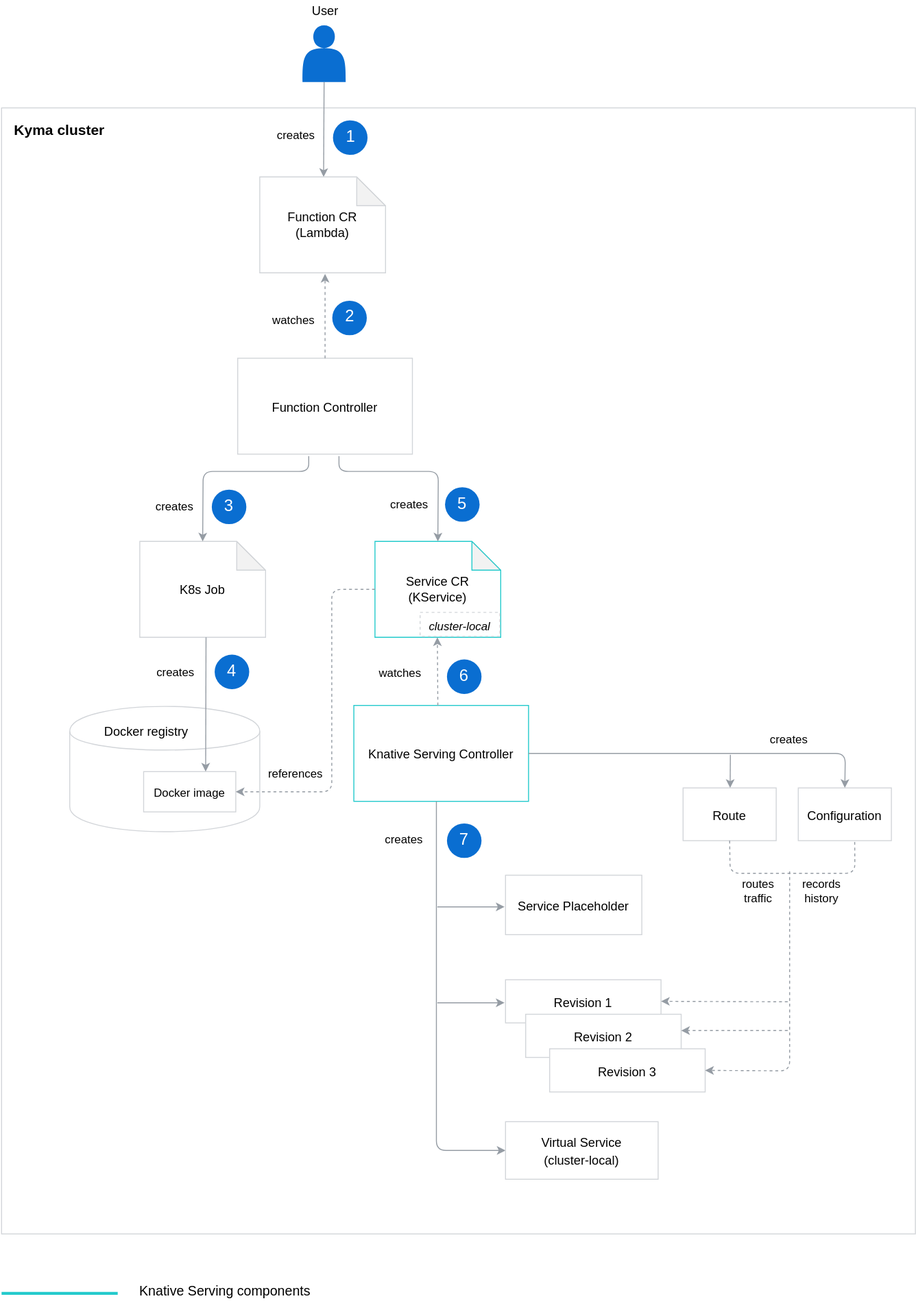
This is docs/serverless-v2/assets/serverless-architecture.svg from kyma-project/kyma, a draw.io export, as it was before one commit. Source tidied: cells renumbered, new cells last; positions are measured from the earlier drawing's top-left corner, leaving out a move shared by most shapes.
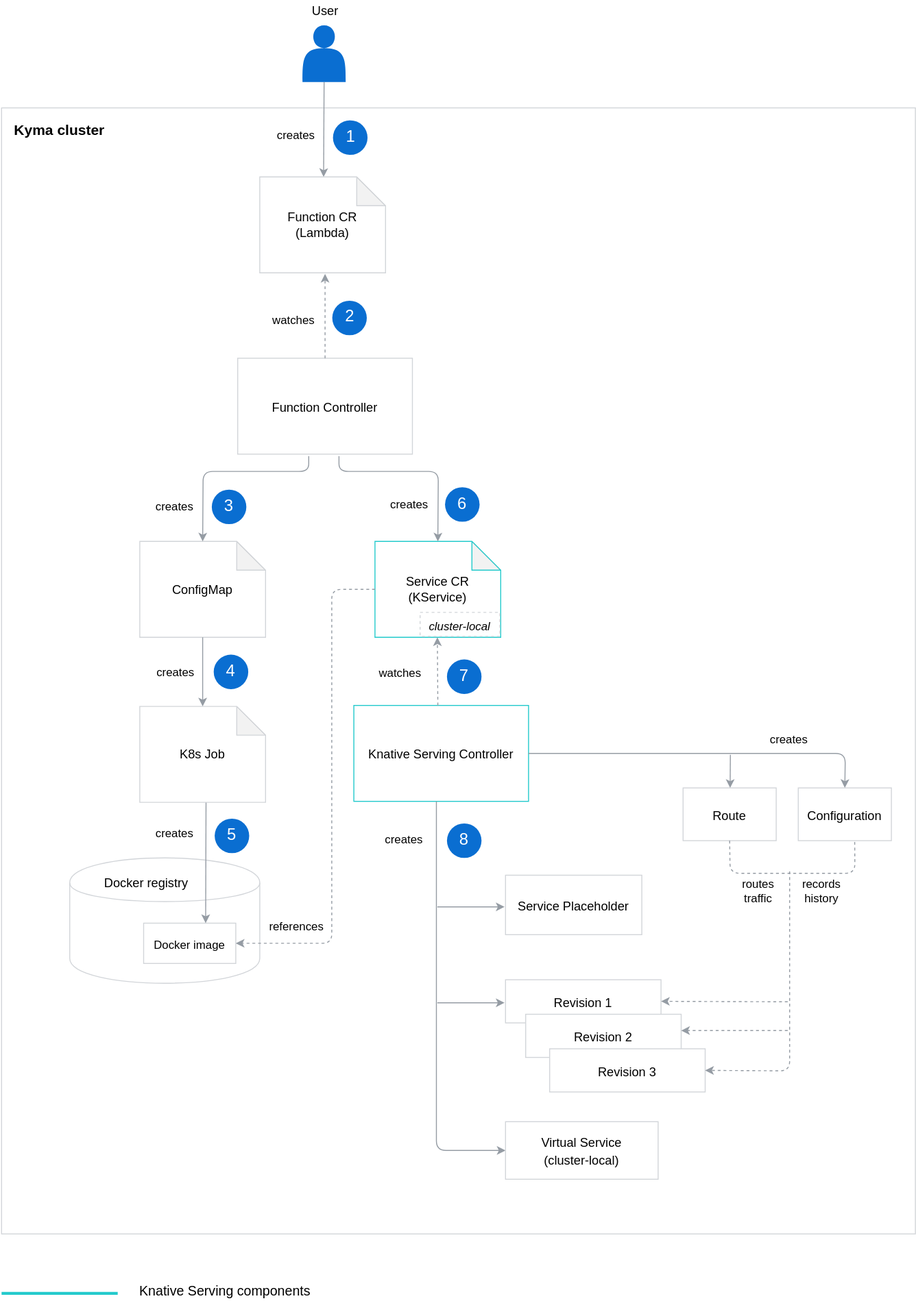
After the commit.

Diff of the diagram source:
```diff
@@ -36,7 +36,7 @@
     <mxCell id="11" value="watches" style="text;html=1;strokeColor=none;fillColor=none;align=center;verticalAlign=middle;whiteSpace=wrap;rounded=0;" parent="1" vertex="1">
       <mxGeometry x="275" y="323" width="58.5" height="22" as="geometry" />
     </mxCell>
-    <mxCell id="12" value="&lt;font style=&quot;font-size: 13px&quot;&gt;K8s Job&lt;/font&gt;" style="shape=note;whiteSpace=wrap;html=1;backgroundOutline=1;darkOpacity=0.05;strokeColor=#D2D5D9;" parent="1" vertex="1">
+    <mxCell id="12" value="&lt;font style=&quot;font-size: 13px&quot;&gt;ConfigMap&lt;/font&gt;" style="shape=note;whiteSpace=wrap;html=1;backgroundOutline=1;darkOpacity=0.05;strokeColor=#D2D5D9;" parent="1" vertex="1">
       <mxGeometry x="144" y="564" width="131" height="100" as="geometry" />
     </mxCell>
     <mxCell id="13" value="&lt;font style=&quot;font-size: 13px&quot;&gt;Service CR&lt;br&gt;(KService)&lt;/font&gt;" style="shape=note;whiteSpace=wrap;html=1;backgroundOutline=1;darkOpacity=0.05;strokeColor=#24CACC;" parent="1" vertex="1">
@@ -52,20 +52,20 @@
       </mxGeometry>
     </mxCell>
     <mxCell id="15" style="shape=cylinder;whiteSpace=wrap;html=1;boundedLbl=1;backgroundOutline=1;strokeColor=#D2D5D9;" parent="1" vertex="1">
-      <mxGeometry x="71" y="736" width="198" height="130.6" as="geometry" />
+      <mxGeometry x="71" y="894" width="198" height="130.6" as="geometry" />
     </mxCell>
     <mxCell id="16" value="&lt;font&gt;&lt;font style=&quot;font-size: 12px&quot;&gt;Docker image&lt;/font&gt;&lt;br&gt;&lt;/font&gt;" style="rounded=0;whiteSpace=wrap;html=1;labelBackgroundColor=none;strokeColor=#D2D5D9;strokeWidth=1;fillColor=#FFFFFF;gradientColor=none;fontFamily=Helvetica;fontSize=15;fontColor=#000000;" parent="1" vertex="1">
-      <mxGeometry x="148" y="804" width="96" height="42" as="geometry" />
+      <mxGeometry x="148" y="962" width="96" height="42" as="geometry" />
     </mxCell>
     <mxCell id="17" value="&lt;font style=&quot;font-size: 13px&quot;&gt;Docker registry&lt;/font&gt;" style="text;html=1;strokeColor=none;fillColor=none;align=center;verticalAlign=middle;whiteSpace=wrap;rounded=0;" parent="1" vertex="1">
-      <mxGeometry x="102" y="752" width="97.5" height="20" as="geometry" />
+      <mxGeometry x="102" y="910" width="97.5" height="20" as="geometry" />
     </mxCell>
     <mxCell id="18" value="&lt;font style=&quot;font-size: 13px&quot;&gt;Knative Serving Controller&lt;br&gt;&lt;/font&gt;" style="rounded=0;whiteSpace=wrap;html=1;labelBackgroundColor=none;strokeColor=#24CACC;strokeWidth=1;fillColor=#FFFFFF;gradientColor=none;fontFamily=Helvetica;fontSize=15;fontColor=#000000;" parent="1" vertex="1">
       <mxGeometry x="367" y="735" width="182" height="100" as="geometry" />
     </mxCell>
     <mxCell id="19" style="endArrow=classic;html=1;strokeColor=#959CA4;strokeWidth=1;fontFamily=Helvetica;fontSize=15;fontColor=#000000;entryX=0.673;entryY=-0.002;entryDx=0;entryDy=0;exitX=0.5;exitY=1;exitDx=0;exitDy=0;entryPerimeter=0;" parent="1" edge="1" target="16">
       <mxGeometry relative="1" as="geometry">
-        <mxPoint x="213" y="664" as="sourcePoint" />
+        <mxPoint x="213" y="836" as="sourcePoint" />
       </mxGeometry>
     </mxCell>
     <mxCell id="20" style="endArrow=classic;html=1;strokeColor=#959CA4;strokeWidth=1;fontFamily=Helvetica;fontSize=15;fontColor=#000000;entryX=0.5;entryY=1;entryDx=0;entryDy=0;entryPerimeter=0;dashed=1;" parent="1" edge="1">
@@ -125,7 +125,7 @@
       <mxGeometry x="436" y="638" width="83" height="25" as="geometry" />
     </mxCell>
     <mxCell id="34" style="ellipse;whiteSpace=wrap;html=1;labelBackgroundColor=none;strokeColor=none;strokeWidth=1;fillColor=#0A6ED1;gradientColor=none;fontFamily=Helvetica;fontSize=15;fontColor=#000000;" parent="1" vertex="1">
-      <mxGeometry x="222" y="682" width="36" height="36" as="geometry" />
+      <mxGeometry x="221" y="682" width="36" height="36" as="geometry" />
     </mxCell>
     <mxCell id="35" style="ellipse;whiteSpace=wrap;html=1;labelBackgroundColor=none;strokeColor=none;strokeWidth=1;fillColor=#0A6ED1;gradientColor=none;fontFamily=Helvetica;fontSize=15;fontColor=#000000;" parent="1" vertex="1">
       <mxGeometry x="464" y="687" width="36" height="36" as="geometry" />
@@ -167,15 +167,15 @@
       <mxGeometry x="229" y="521.5" width="16" height="13" as="geometry" />
     </mxCell>
     <mxCell id="46" value="&lt;font style=&quot;font-size: 17px&quot; color=&quot;#ffffff&quot;&gt;4&lt;/font&gt;" style="text;html=1;strokeColor=none;fillColor=none;align=center;verticalAlign=middle;whiteSpace=wrap;rounded=0;labelBackgroundColor=none;fontFamily=Helvetica;fontSize=15;fontColor=#000000;" parent="1" vertex="1">
-      <mxGeometry x="232" y="693.5" width="16" height="13" as="geometry" />
+      <mxGeometry x="231" y="693.5" width="16" height="13" as="geometry" />
     </mxCell>
-    <mxCell id="47" value="&lt;font style=&quot;font-size: 17px&quot; color=&quot;#ffffff&quot;&gt;7&lt;/font&gt;" style="text;html=1;strokeColor=none;fillColor=none;align=center;verticalAlign=middle;whiteSpace=wrap;rounded=0;labelBackgroundColor=none;fontFamily=Helvetica;fontSize=15;fontColor=#000000;" parent="1" vertex="1">
+    <mxCell id="47" value="&lt;font style=&quot;font-size: 17px&quot; color=&quot;#ffffff&quot;&gt;8&lt;/font&gt;" style="text;html=1;strokeColor=none;fillColor=none;align=center;verticalAlign=middle;whiteSpace=wrap;rounded=0;labelBackgroundColor=none;fontFamily=Helvetica;fontSize=15;fontColor=#000000;" parent="1" vertex="1">
       <mxGeometry x="474" y="869.5" width="16" height="13" as="geometry" />
     </mxCell>
-    <mxCell id="48" value="&lt;font style=&quot;font-size: 17px&quot; color=&quot;#ffffff&quot;&gt;6&lt;/font&gt;" style="text;html=1;strokeColor=none;fillColor=none;align=center;verticalAlign=middle;whiteSpace=wrap;rounded=0;labelBackgroundColor=none;fontFamily=Helvetica;fontSize=15;fontColor=#000000;" parent="1" vertex="1">
+    <mxCell id="48" value="&lt;font style=&quot;font-size: 17px&quot; color=&quot;#ffffff&quot;&gt;7&lt;/font&gt;" style="text;html=1;strokeColor=none;fillColor=none;align=center;verticalAlign=middle;whiteSpace=wrap;rounded=0;labelBackgroundColor=none;fontFamily=Helvetica;fontSize=15;fontColor=#000000;" parent="1" vertex="1">
       <mxGeometry x="474" y="698.5" width="16" height="13" as="geometry" />
     </mxCell>
-    <mxCell id="49" value="&lt;font style=&quot;font-size: 17px&quot; color=&quot;#ffffff&quot;&gt;5&lt;/font&gt;" style="text;html=1;strokeColor=none;fillColor=none;align=center;verticalAlign=middle;whiteSpace=wrap;rounded=0;labelBackgroundColor=none;fontFamily=Helvetica;fontSize=15;fontColor=#000000;" parent="1" vertex="1">
+    <mxCell id="49" value="&lt;font style=&quot;font-size: 17px&quot; color=&quot;#ffffff&quot;&gt;6&lt;/font&gt;" style="text;html=1;strokeColor=none;fillColor=none;align=center;verticalAlign=middle;whiteSpace=wrap;rounded=0;labelBackgroundColor=none;fontFamily=Helvetica;fontSize=15;fontColor=#000000;" parent="1" vertex="1">
       <mxGeometry x="472" y="519.5" width="16" height="13" as="geometry" />
     </mxCell>
     <mxCell id="50" style="endArrow=none;html=1;strokeColor=#24CACC;strokeWidth=3;" parent="1" edge="1">
@@ -188,13 +188,13 @@
       <mxGeometry x="136" y="1323" width="193.5" height="46" as="geometry" />
     </mxCell>
     <mxCell id="52" value="references" style="text;html=1;strokeColor=none;fillColor=none;align=center;verticalAlign=middle;whiteSpace=wrap;rounded=0;" parent="1" vertex="1">
-      <mxGeometry x="278.5" y="793" width="55" height="28" as="geometry" />
+      <mxGeometry x="280" y="952" width="55" height="28" as="geometry" />
     </mxCell>
     <mxCell id="53" style="endArrow=classic;html=1;strokeWidth=1;strokeColor=#959CA4;entryX=1;entryY=0.5;entryDx=0;entryDy=0;dashed=1;exitX=0;exitY=0.5;exitDx=0;exitDy=0;exitPerimeter=0;" parent="1" edge="1" source="13" target="16">
       <mxGeometry relative="1" as="geometry">
         <Array as="points">
           <mxPoint x="344" y="614" />
-          <mxPoint x="344" y="825" />
+          <mxPoint x="344" y="983" />
         </Array>
       </mxGeometry>
     </mxCell>
@@ -253,5 +253,20 @@
     <mxCell id="64" value="creates" style="text;html=1;strokeColor=none;fillColor=none;align=center;verticalAlign=middle;whiteSpace=wrap;rounded=0;" parent="1" vertex="1">
       <mxGeometry x="793" y="757" width="55" height="28" as="geometry" />
     </mxCell>
+    <mxCell id="65" value="&lt;font style=&quot;font-size: 13px&quot;&gt;K8s Job&lt;/font&gt;" style="shape=note;whiteSpace=wrap;html=1;backgroundOutline=1;darkOpacity=0.05;strokeColor=#D2D5D9;" parent="1" vertex="1">
+      <mxGeometry x="144" y="736" width="131" height="100" as="geometry" />
+    </mxCell>
+    <mxCell id="66" style="endArrow=classic;html=1;strokeColor=#959CA4;strokeWidth=1;fontFamily=Helvetica;fontSize=15;fontColor=#000000;entryX=0.5;entryY=0;entryDx=0;entryDy=0;entryPerimeter=0;exitX=0.5;exitY=1;exitDx=0;exitDy=0;exitPerimeter=0;" parent="1" edge="1" source="12" target="65">
+      <mxGeometry relative="1" as="geometry" />
+    </mxCell>
+    <mxCell id="67" value="creates" style="text;html=1;strokeColor=none;fillColor=none;align=center;verticalAlign=middle;whiteSpace=wrap;rounded=0;" parent="1" vertex="1">
+      <mxGeometry x="152.2" y="854.5" width="57" height="28" as="geometry" />
+    </mxCell>
+    <mxCell id="68" style="ellipse;whiteSpace=wrap;html=1;labelBackgroundColor=none;strokeColor=none;strokeWidth=1;fillColor=#0A6ED1;gradientColor=none;fontFamily=Helvetica;fontSize=15;fontColor=#000000;" parent="1" vertex="1">
+      <mxGeometry x="222" y="853" width="36" height="36" as="geometry" />
+    </mxCell>
+    <mxCell id="69" value="&lt;font style=&quot;font-size: 17px&quot; color=&quot;#ffffff&quot;&gt;5&lt;/font&gt;" style="text;html=1;strokeColor=none;fillColor=none;align=center;verticalAlign=middle;whiteSpace=wrap;rounded=0;labelBackgroundColor=none;fontFamily=Helvetica;fontSize=15;fontColor=#000000;" parent="1" vertex="1">
+      <mxGeometry x="232" y="864.5" width="16" height="13" as="geometry" />
+    </mxCell>
   </root>
 </mxGraphModel>
```
